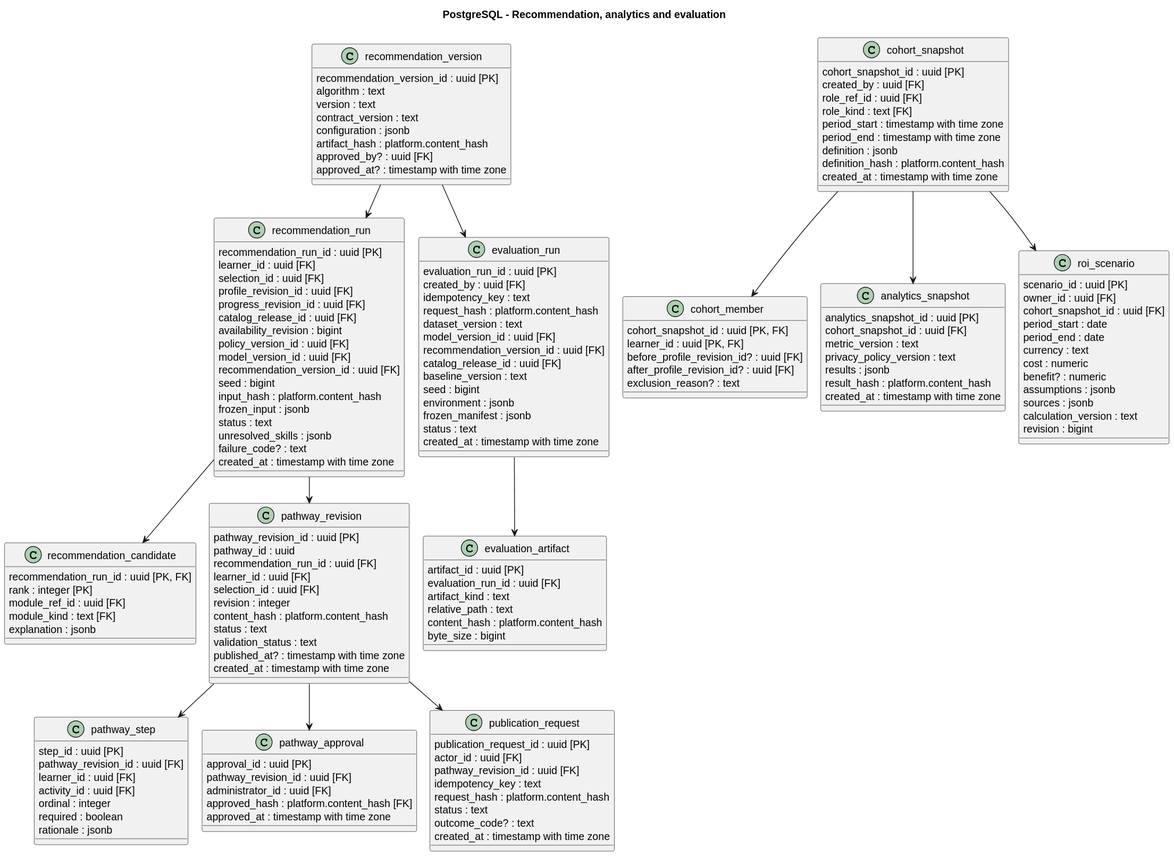
SEP490-Fall-2026-GFA26SE64/SEP490 keeps this PlantUML diagram as documents/diagrams/postgresql-pathway.svg. Above is the earlier version.
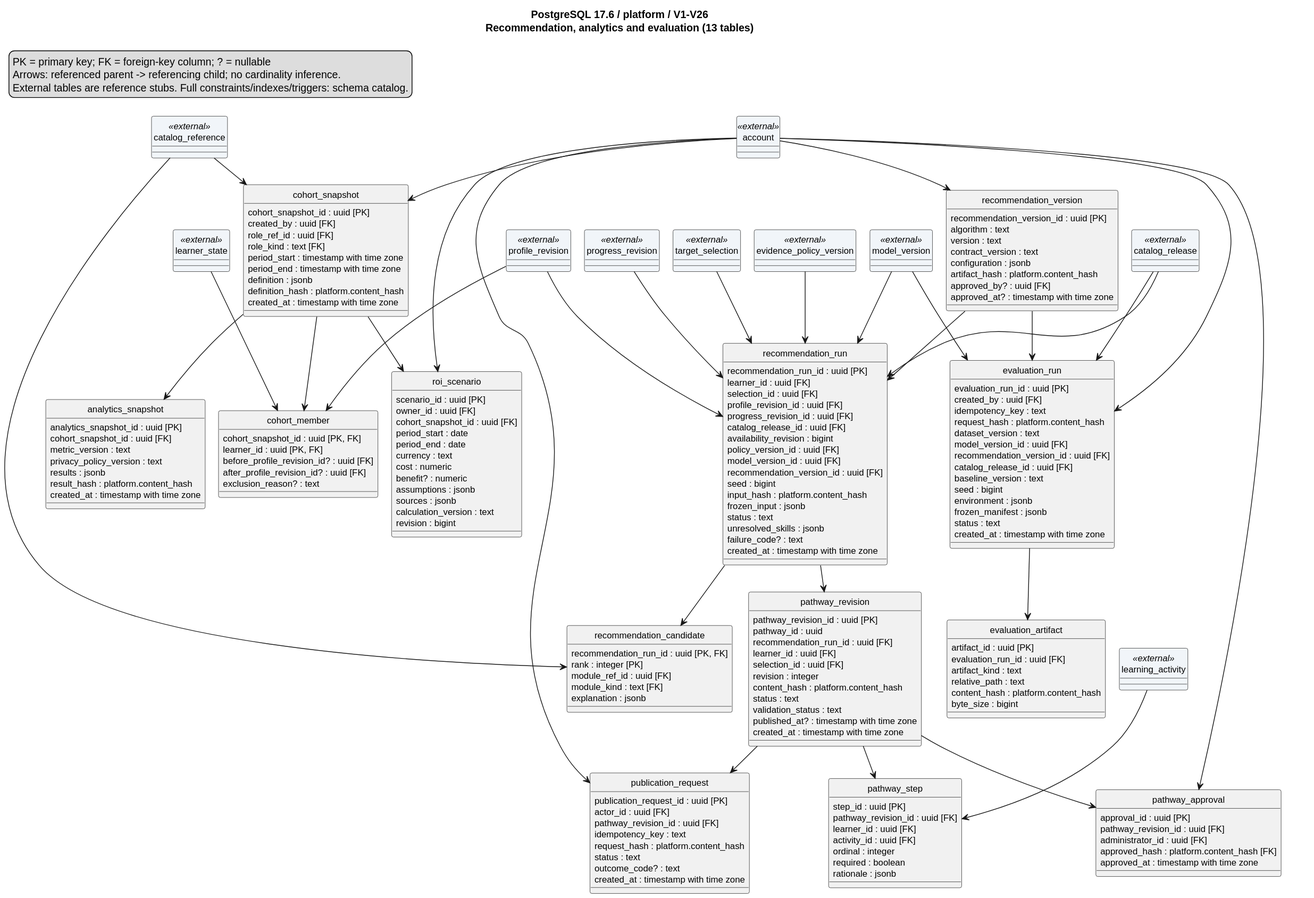
Above is the later version.

The edit, as a diff of the source:
```diff
@@ -2,156 +2,194 @@
 !pragma layout smetana
 top to bottom direction
 skinparam shadowing false
-title PostgreSQL - Recommendation, analytics and evaluation
+hide circle
+skinparam classAttributeIconSize 0
+skinparam defaultFontName SansSerif
+skinparam defaultFontSize 12
+title PostgreSQL 17.6 / platform / V1-V26\nRecommendation, analytics and evaluation (13 tables)
+legend top left
+PK = primary key; FK = foreign-key column; ? = nullable
+Arrows: referenced parent -> referencing child; no cardinality inference.
+External tables are reference stubs. Full constraints/indexes/triggers: schema catalog.
+endlegend
 class recommendation_version {
-    recommendation_version_id : uuid [PK]
-    algorithm : text
-    version : text
-    contract_version : text
-    configuration : jsonb
-    artifact_hash : platform.content_hash
-    approved_by? : uuid [FK]
-    approved_at? : timestamp with time zone
+  recommendation_version_id : uuid [PK]
+  algorithm : text
+  version : text
+  contract_version : text
+  configuration : jsonb
+  artifact_hash : platform.content_hash
+  approved_by? : uuid [FK]
+  approved_at? : timestamp with time zone
 }
 class recommendation_run {
-    recommendation_run_id : uuid [PK]
-    learner_id : uuid [FK]
-    selection_id : uuid [FK]
-    profile_revision_id : uuid [FK]
-    progress_revision_id : uuid [FK]
-    catalog_release_id : uuid [FK]
-    availability_revision : bigint
-    policy_version_id : uuid [FK]
-    model_version_id : uuid [FK]
-    recommendation_version_id : uuid [FK]
-    seed : bigint
-    input_hash : platform.content_hash
-    frozen_input : jsonb
-    status : text
-    unresolved_skills : jsonb
-    failure_code? : text
-    created_at : timestamp with time zone
+  recommendation_run_id : uuid [PK]
+  learner_id : uuid [FK]
+  selection_id : uuid [FK]
+  profile_revision_id : uuid [FK]
+  progress_revision_id : uuid [FK]
+  catalog_release_id : uuid [FK]
+  availability_revision : bigint
+  policy_version_id : uuid [FK]
+  model_version_id : uuid [FK]
+  recommendation_version_id : uuid [FK]
+  seed : bigint
+  input_hash : platform.content_hash
+  frozen_input : jsonb
+  status : text
+  unresolved_skills : jsonb
+  failure_code? : text
+  created_at : timestamp with time zone
 }
 class recommendation_candidate {
-    recommendation_run_id : uuid [PK, FK]
-    rank : integer [PK]
-    module_ref_id : uuid [FK]
-    module_kind : text [FK]
-    explanation : jsonb
+  recommendation_run_id : uuid [PK, FK]
+  rank : integer [PK]
+  module_ref_id : uuid [FK]
+  module_kind : text [FK]
+  explanation : jsonb
 }
 class pathway_revision {
-    pathway_revision_id : uuid [PK]
-    pathway_id : uuid
-    recommendation_run_id : uuid [FK]
-    learner_id : uuid [FK]
-    selection_id : uuid [FK]
-    revision : integer
-    content_hash : platform.content_hash
-    status : text
-    validation_status : text
-    published_at? : timestamp with time zone
-    created_at : timestamp with time zone
+  pathway_revision_id : uuid [PK]
+  pathway_id : uuid
+  recommendation_run_id : uuid [FK]
+  learner_id : uuid [FK]
+  selection_id : uuid [FK]
+  revision : integer
+  content_hash : platform.content_hash
+  status : text
+  validation_status : text
+  published_at? : timestamp with time zone
+  created_at : timestamp with time zone
 }
 class pathway_step {
-    step_id : uuid [PK]
-    pathway_revision_id : uuid [FK]
-    learner_id : uuid [FK]
-    activity_id : uuid [FK]
-    ordinal : integer
-    required : boolean
-    rationale : jsonb
+  step_id : uuid [PK]
+  pathway_revision_id : uuid [FK]
+  learner_id : uuid [FK]
+  activity_id : uuid [FK]
+  ordinal : integer
+  required : boolean
+  rationale : jsonb
 }
 class pathway_approval {
-    approval_id : uuid [PK]
-    pathway_revision_id : uuid [FK]
-    administrator_id : uuid [FK]
-    approved_hash : platform.content_hash [FK]
-    approved_at : timestamp with time zone
+  approval_id : uuid [PK]
+  pathway_revision_id : uuid [FK]
+  administrator_id : uuid [FK]
+  approved_hash : platform.content_hash [FK]
+  approved_at : timestamp with time zone
 }
 class publication_request {
-    publication_request_id : uuid [PK]
-    actor_id : uuid [FK]
-    pathway_revision_id : uuid [FK]
-    idempotency_key : text
-    request_hash : platform.content_hash
-    status : text
-    outcome_code? : text
-    created_at : timestamp with time zone
+  publication_request_id : uuid [PK]
+  actor_id : uuid [FK]
+  pathway_revision_id : uuid [FK]
+  idempotency_key : text
+  request_hash : platform.content_hash
+  status : text
+  outcome_code? : text
+  created_at : timestamp with time zone
 }
 class cohort_snapshot {
-    cohort_snapshot_id : uuid [PK]
-    created_by : uuid [FK]
-    role_ref_id : uuid [FK]
-    role_kind : text [FK]
-    period_start : timestamp with time zone
-    period_end : timestamp with time zone
-    definition : jsonb
-    definition_hash : platform.content_hash
-    created_at : timestamp with time zone
+  cohort_snapshot_id : uuid [PK]
+  created_by : uuid [FK]
+  role_ref_id : uuid [FK]
+  role_kind : text [FK]
+  period_start : timestamp with time zone
+  period_end : timestamp with time zone
+  definition : jsonb
+  definition_hash : platform.content_hash
+  created_at : timestamp with time zone
 }
 class cohort_member {
-    cohort_snapshot_id : uuid [PK, FK]
-    learner_id : uuid [PK, FK]
-    before_profile_revision_id? : uuid [FK]
-    after_profile_revision_id? : uuid [FK]
-    exclusion_reason? : text
+  cohort_snapshot_id : uuid [PK, FK]
+  learner_id : uuid [PK, FK]
+  before_profile_revision_id? : uuid [FK]
+  after_profile_revision_id? : uuid [FK]
+  exclusion_reason? : text
 }
 class analytics_snapshot {
-    analytics_snapshot_id : uuid [PK]
-    cohort_snapshot_id : uuid [FK]
-    metric_version : text
-    privacy_policy_version : text
-    results : jsonb
-    result_hash : platform.content_hash
-    created_at : timestamp with time zone
+  analytics_snapshot_id : uuid [PK]
+  cohort_snapshot_id : uuid [FK]
+  metric_version : text
+  privacy_policy_version : text
+  results : jsonb
+  result_hash : platform.content_hash
+  created_at : timestamp with time zone
 }
 class roi_scenario {
-    scenario_id : uuid [PK]
-    owner_id : uuid [FK]
-    cohort_snapshot_id : uuid [FK]
-    period_start : date
-    period_end : date
-    currency : text
-    cost : numeric
-    benefit? : numeric
-    assumptions : jsonb
-    sources : jsonb
-    calculation_version : text
-    revision : bigint
+  scenario_id : uuid [PK]
+  owner_id : uuid [FK]
+  cohort_snapshot_id : uuid [FK]
+  period_start : date
+  period_end : date
+  currency : text
+  cost : numeric
+  benefit? : numeric
+  assumptions : jsonb
+  sources : jsonb
+  calculation_version : text
+  revision : bigint
 }
 class evaluation_run {
-    evaluation_run_id : uuid [PK]
-    created_by : uuid [FK]
-    idempotency_key : text
-    request_hash : platform.content_hash
-    dataset_version : text
-    model_version_id : uuid [FK]
-    recommendation_version_id : uuid [FK]
-    catalog_release_id : uuid [FK]
-    baseline_version : text
-    seed : bigint
-    environment : jsonb
-    frozen_manifest : jsonb
-    status : text
-    created_at : timestamp with time zone
+  evaluation_run_id : uuid [PK]
+  created_by : uuid [FK]
+  idempotency_key : text
+  request_hash : platform.content_hash
+  dataset_version : text
+  model_version_id : uuid [FK]
+  recommendation_version_id : uuid [FK]
+  catalog_release_id : uuid [FK]
+  baseline_version : text
+  seed : bigint
+  environment : jsonb
+  frozen_manifest : jsonb
+  status : text
+  created_at : timestamp with time zone
 }
 class evaluation_artifact {
-    artifact_id : uuid [PK]
-    evaluation_run_id : uuid [FK]
-    artifact_kind : text
-    relative_path : text
-    content_hash : platform.content_hash
-    byte_size : bigint
+  artifact_id : uuid [PK]
+  evaluation_run_id : uuid [FK]
+  artifact_kind : text
+  relative_path : text
+  content_hash : platform.content_hash
+  byte_size : bigint
 }
+class account <<external>> #F1F5F9
+class catalog_reference <<external>> #F1F5F9
+class catalog_release <<external>> #F1F5F9
+class evidence_policy_version <<external>> #F1F5F9
+class learner_state <<external>> #F1F5F9
+class learning_activity <<external>> #F1F5F9
+class model_version <<external>> #F1F5F9
+class profile_revision <<external>> #F1F5F9
+class progress_revision <<external>> #F1F5F9
+class target_selection <<external>> #F1F5F9
+account --> cohort_snapshot
+account --> evaluation_run
+account --> pathway_approval
+account --> publication_request
+account --> recommendation_version
+account --> roi_scenario
+catalog_reference --> cohort_snapshot
+catalog_reference --> recommendation_candidate
+catalog_release --> evaluation_run
+catalog_release --> recommendation_run
 cohort_snapshot --> analytics_snapshot
 cohort_snapshot --> cohort_member
 cohort_snapshot --> roi_scenario
 evaluation_run --> evaluation_artifact
+evidence_policy_version --> recommendation_run
+learner_state --> cohort_member
+learning_activity --> pathway_step
+model_version --> evaluation_run
+model_version --> recommendation_run
 pathway_revision --> pathway_approval
 pathway_revision --> pathway_step
 pathway_revision --> publication_request
+profile_revision --> cohort_member
+profile_revision --> recommendation_run
+progress_revision --> recommendation_run
 recommendation_run --> pathway_revision
 recommendation_run --> recommendation_candidate
 recommendation_version --> evaluation_run
 recommendation_version --> recommendation_run
+target_selection --> recommendation_run
 @enduml
```
